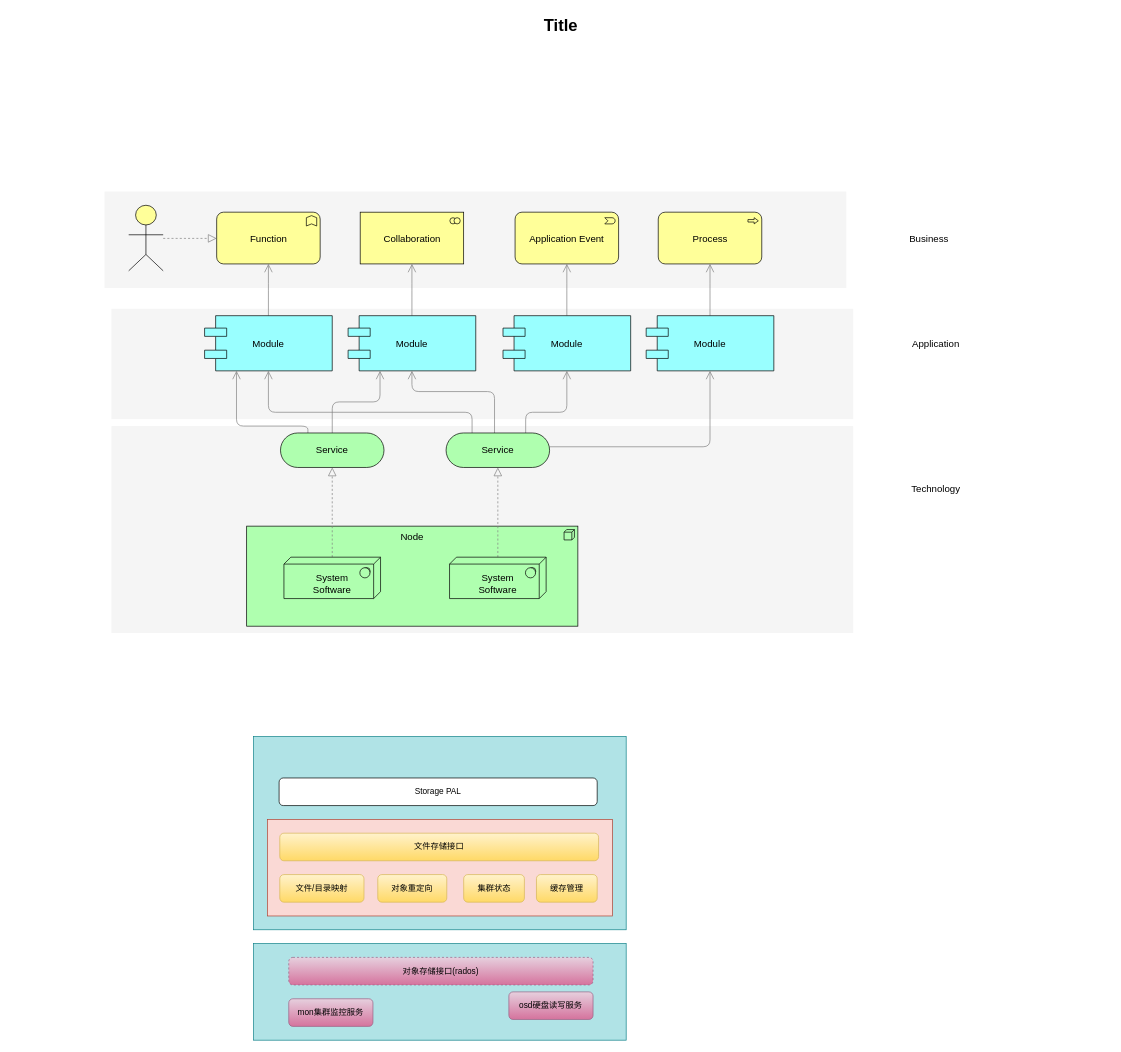
Above: Untitled Diagram.drawio in snowolfhawk/ceph-scripts (draw.io), before the change. Source tidied: cells renumbered, new cells numbered last; positions are measured from the earlier drawing's top-left corner, leaving out a move shared by most shapes. Both pictures are drawn from the tidied source at 69%, with x=0, y=0 at pixel (12, 12).
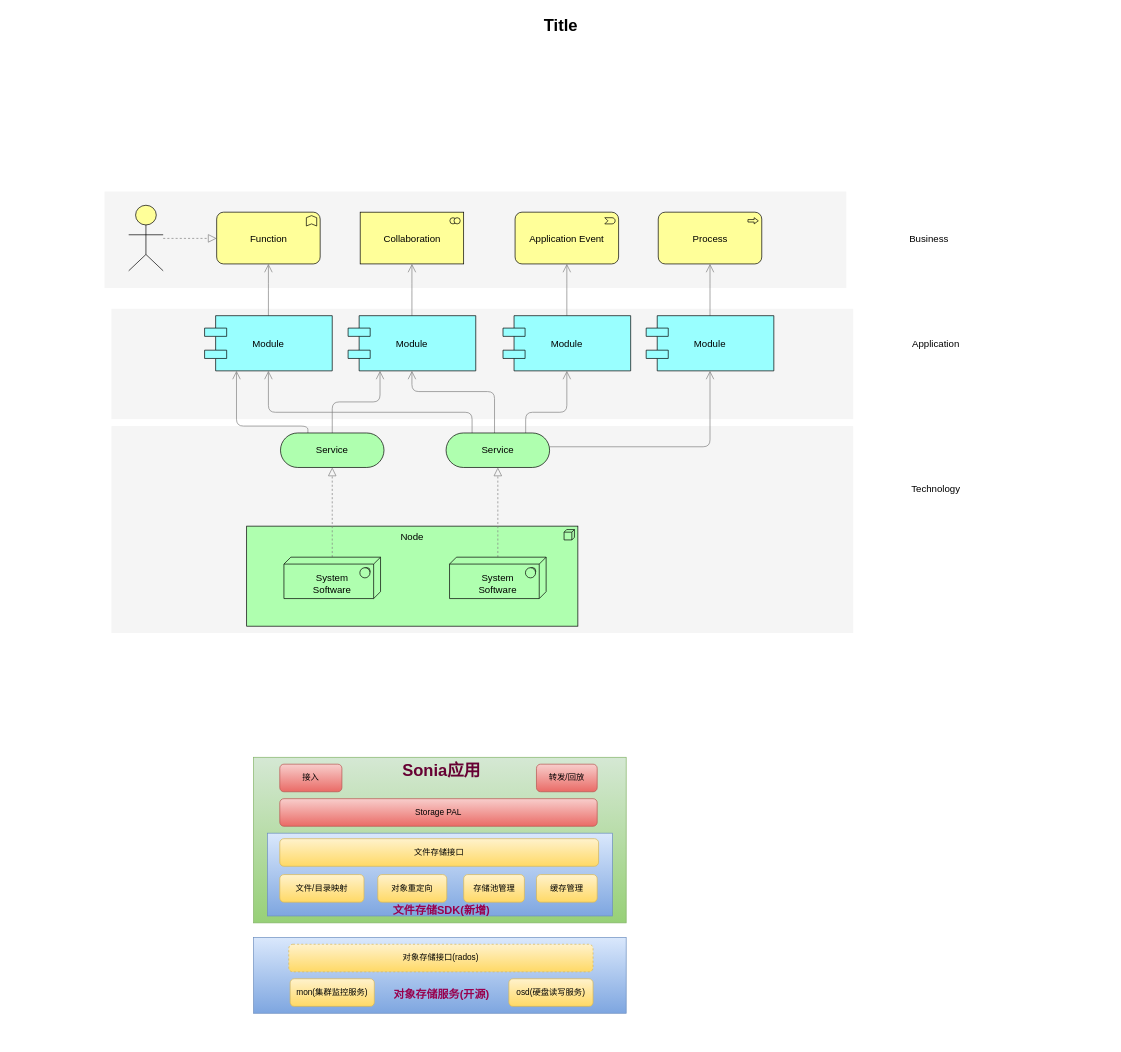
After the change.

The edit, as a diff of the source:
```diff
@@
-    <mxCell id="2" style="rounded=0;whiteSpace=wrap;html=1;fillColor=#b0e3e6;strokeColor=#0e8088;" parent="1" vertex="1">
-      <mxGeometry x="350" y="1050" width="540" height="280" as="geometry" />
+    <mxCell id="2" style="rounded=0;whiteSpace=wrap;html=1;fillColor=#d5e8d4;strokeColor=#82b366;gradientColor=#97d077;" parent="1" vertex="1">
+      <mxGeometry x="350" y="1080" width="540" height="240" as="geometry" />
     </mxCell>
-    <mxCell id="3" style="rounded=0;whiteSpace=wrap;html=1;fillColor=#b0e3e6;strokeColor=#0e8088;" parent="1" vertex="1">
-      <mxGeometry x="350" y="1350" width="540" height="140" as="geometry" />
+    <mxCell id="3" style="rounded=0;whiteSpace=wrap;html=1;fillColor=#dae8fc;strokeColor=#6c8ebf;gradientColor=#7ea6e0;" parent="1" vertex="1">
+      <mxGeometry x="350" y="1341" width="540" height="110" as="geometry" />
     </mxCell>
-    <mxCell id="4" style="rounded=0;whiteSpace=wrap;html=1;fillColor=#fad9d5;strokeColor=#ae4132;" parent="1" vertex="1">
-      <mxGeometry x="370" y="1170" width="500" height="140" as="geometry" />
+    <mxCell id="4" style="rounded=0;whiteSpace=wrap;html=1;fillColor=#dae8fc;strokeColor=#6c8ebf;gradientColor=#7ea6e0;" parent="1" vertex="1">
+      <mxGeometry x="370" y="1190" width="500" height="120" as="geometry" />
     </mxCell>
@@
     <mxCell id="39" value="文件存储接口" style="rounded=1;whiteSpace=wrap;html=1;fillColor=#fff2cc;gradientColor=#ffd966;strokeColor=#d6b656;" parent="1" vertex="1">
-      <mxGeometry x="388" y="1190" width="462" height="40" as="geometry" />
+      <mxGeometry x="388" y="1198" width="462" height="40" as="geometry" />
     </mxCell>
-    <mxCell id="40" value="Storage&amp;nbsp;PAL" style="rounded=1;whiteSpace=wrap;html=1;" parent="1" vertex="1">
-      <mxGeometry x="387" y="1110" width="461" height="40" as="geometry" />
+    <mxCell id="40" value="Storage&amp;nbsp;PAL" style="rounded=1;whiteSpace=wrap;html=1;fillColor=#f8cecc;strokeColor=#b85450;gradientColor=#ea6b66;" parent="1" vertex="1">
+      <mxGeometry x="388" y="1140" width="460" height="40" as="geometry" />
     </mxCell>
@@
-    <mxCell id="43" value="集群状态" style="rounded=1;whiteSpace=wrap;html=1;fillColor=#fff2cc;gradientColor=#ffd966;strokeColor=#d6b656;" parent="1" vertex="1">
+    <mxCell id="43" value="存储池管理" style="rounded=1;whiteSpace=wrap;html=1;fillColor=#fff2cc;gradientColor=#ffd966;strokeColor=#d6b656;" parent="1" vertex="1">
       <mxGeometry x="654.5" y="1250" width="88" height="40" as="geometry" />
     </mxCell>
-    <mxCell id="44" value="对象存储接口(rados)" style="rounded=1;whiteSpace=wrap;html=1;fillColor=#e6d0de;strokeColor=#996185;gradientColor=#d5739d;dashed=1;" parent="1" vertex="1">
-      <mxGeometry x="401" y="1370" width="441" height="40" as="geometry" />
+    <mxCell id="44" value="对象存储接口(rados)" style="rounded=1;whiteSpace=wrap;html=1;fillColor=#fff2cc;strokeColor=#d6b656;gradientColor=#ffd966;dashed=1;" parent="1" vertex="1">
+      <mxGeometry x="401" y="1351" width="441" height="40" as="geometry" />
     </mxCell>
-    <mxCell id="45" value="mon集群监控服务" style="rounded=1;whiteSpace=wrap;html=1;fillColor=#e6d0de;strokeColor=#996185;gradientColor=#d5739d;" parent="1" vertex="1">
-      <mxGeometry x="401" y="1430" width="122" height="40" as="geometry" />
+    <mxCell id="45" value="mon(集群监控服务)" style="rounded=1;whiteSpace=wrap;html=1;fillColor=#fff2cc;strokeColor=#d6b656;gradientColor=#ffd966;" parent="1" vertex="1">
+      <mxGeometry x="403" y="1401" width="122" height="40" as="geometry" />
     </mxCell>
-    <mxCell id="46" value="osd硬盘读写服务" style="rounded=1;whiteSpace=wrap;html=1;fillColor=#e6d0de;strokeColor=#996185;gradientColor=#d5739d;" parent="1" vertex="1">
-      <mxGeometry x="720" y="1420" width="122" height="40" as="geometry" />
+    <mxCell id="46" value="osd(硬盘读写服务)" style="rounded=1;whiteSpace=wrap;html=1;fillColor=#fff2cc;strokeColor=#d6b656;gradientColor=#ffd966;" parent="1" vertex="1">
+      <mxGeometry x="720" y="1401" width="122" height="40" as="geometry" />
     </mxCell>
@@
+    <mxCell id="48" value="接入" style="rounded=1;whiteSpace=wrap;html=1;fillColor=#f8cecc;strokeColor=#b85450;gradientColor=#ea6b66;" parent="1" vertex="1">
+      <mxGeometry x="388" y="1090" width="90" height="40" as="geometry" />
+    </mxCell>
+    <mxCell id="49" value="转发/回放" style="rounded=1;whiteSpace=wrap;html=1;fillColor=#f8cecc;strokeColor=#b85450;gradientColor=#ea6b66;" parent="1" vertex="1">
+      <mxGeometry x="760" y="1090" width="88" height="40" as="geometry" />
+    </mxCell>
+    <mxCell id="50" value="&lt;font color=&quot;#660033&quot;&gt;Sonia应用&lt;/font&gt;" style="text;strokeColor=none;fillColor=none;html=1;fontSize=24;fontStyle=1;verticalAlign=middle;align=center;" parent="1" vertex="1">
+      <mxGeometry x="561" y="1080" width="121" height="40" as="geometry" />
+    </mxCell>
+    <mxCell id="51" value="&lt;font style=&quot;font-size: 16px&quot; color=&quot;#99004d&quot;&gt;对象存储服务(开源)&lt;/font&gt;" style="text;strokeColor=none;fillColor=none;html=1;fontSize=24;fontStyle=1;verticalAlign=middle;align=center;" parent="1" vertex="1">
+      <mxGeometry x="552" y="1401" width="140" height="40" as="geometry" />
+    </mxCell>
+    <mxCell id="52" value="&lt;font style=&quot;font-size: 16px&quot; color=&quot;#99004d&quot;&gt;文件存储SDK(新增)&lt;/font&gt;" style="text;strokeColor=none;fillColor=none;html=1;fontSize=24;fontStyle=1;verticalAlign=middle;align=center;" parent="1" vertex="1">
+      <mxGeometry x="552" y="1290" width="140" height="20" as="geometry" />
+    </mxCell>
```
